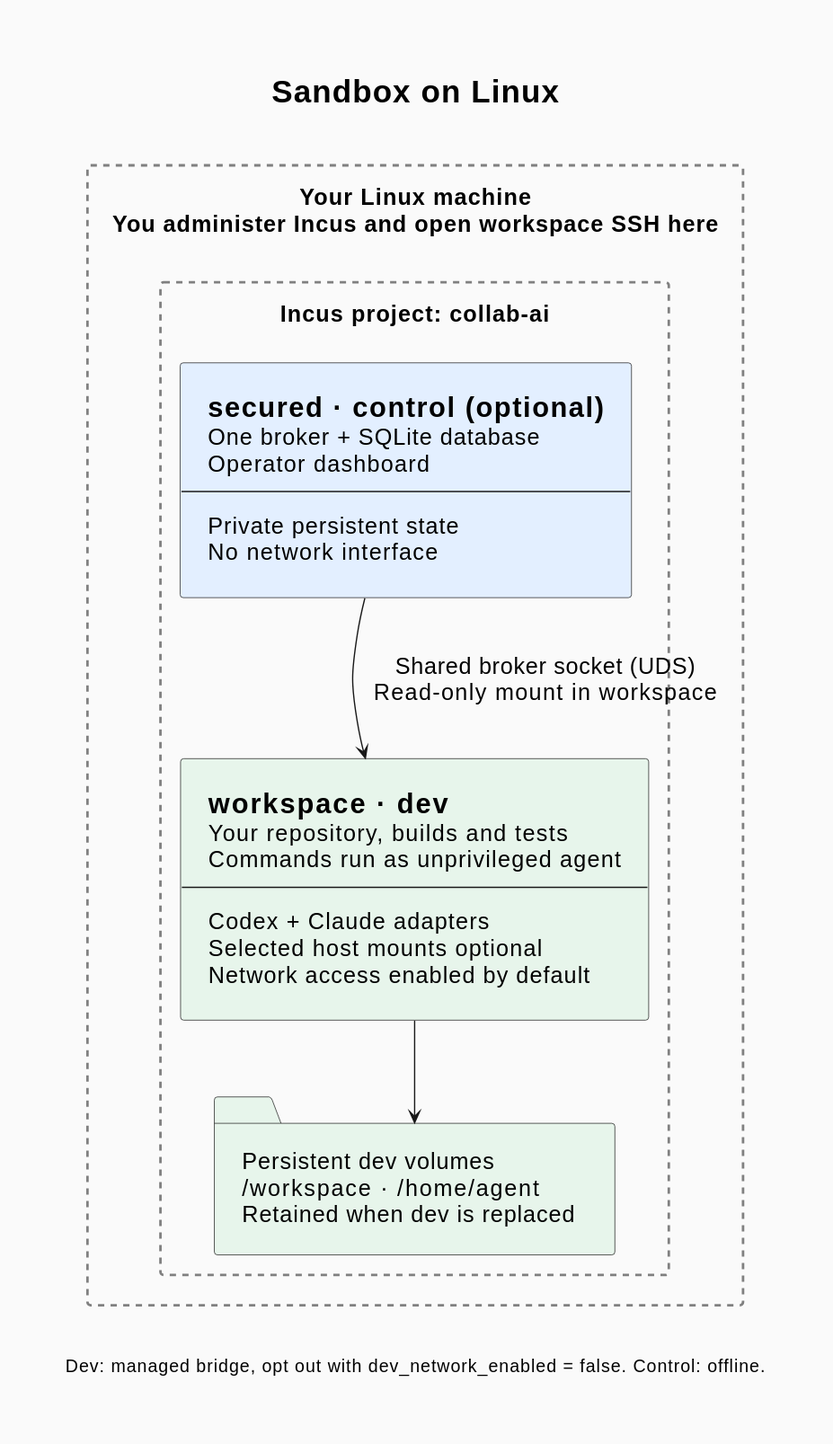
makarski/collab-ai keeps this PlantUML diagram as docs/assets/sandbox-linux.svg. Above is the earlier version. Its source is kept beside it as docs/assets/sandbox-linux.puml.
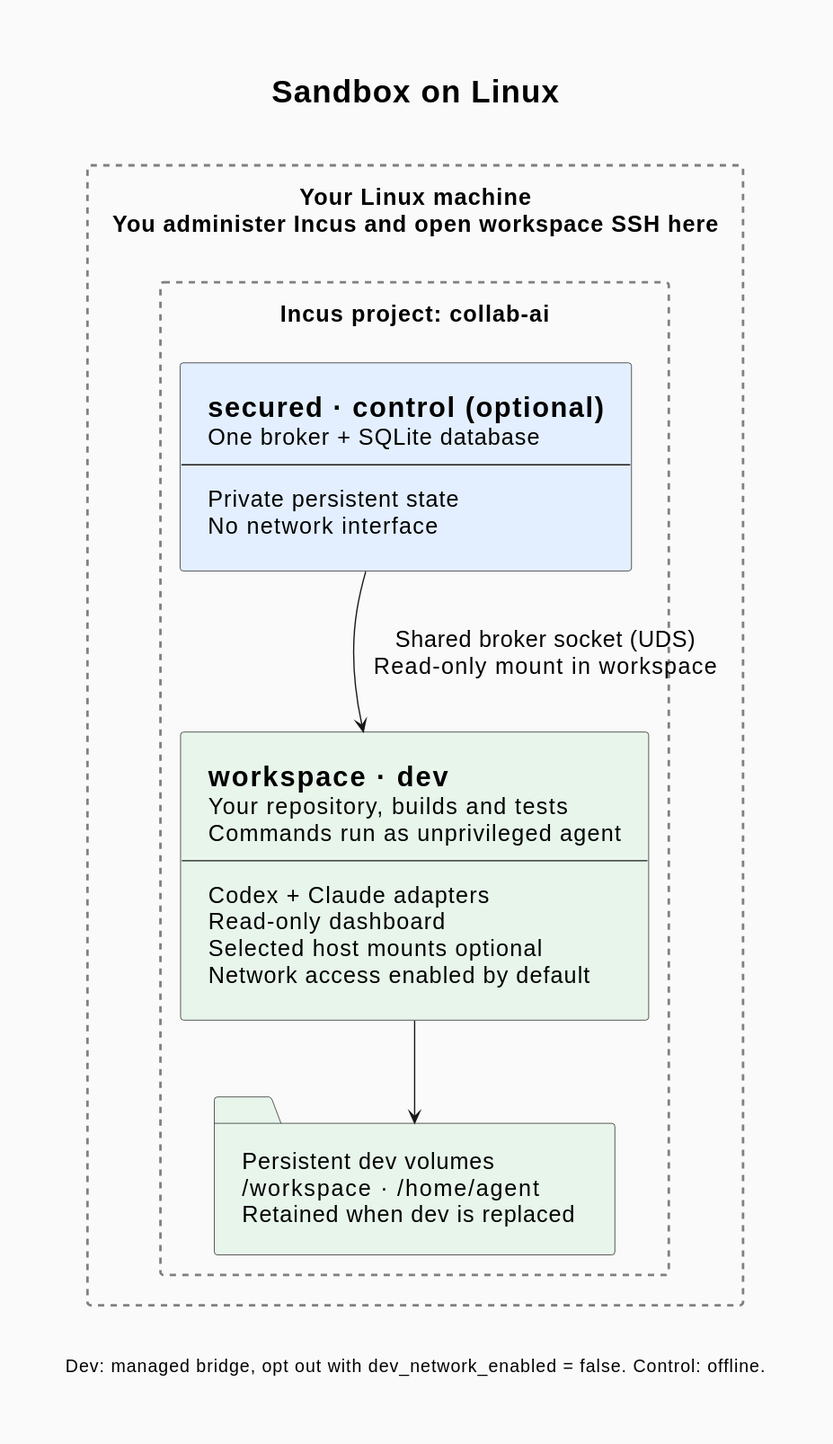
Above is the later version.

Commit message:
docs: correct dashboard placement and sandbox sign-in

Change to the diagram source:
```diff
@@ -37,7 +37,6 @@
     component Secured <<Secured>> [
         =secured · control (optional)
         One broker + SQLite database
-        Operator dashboard
         --
         Private persistent state
         No network interface
@@ -48,6 +47,7 @@
         Commands run as unprivileged agent
         --
         Codex + Claude adapters
+        Read-only dashboard
         Selected host mounts optional
         Network access enabled by default
     ]
```
